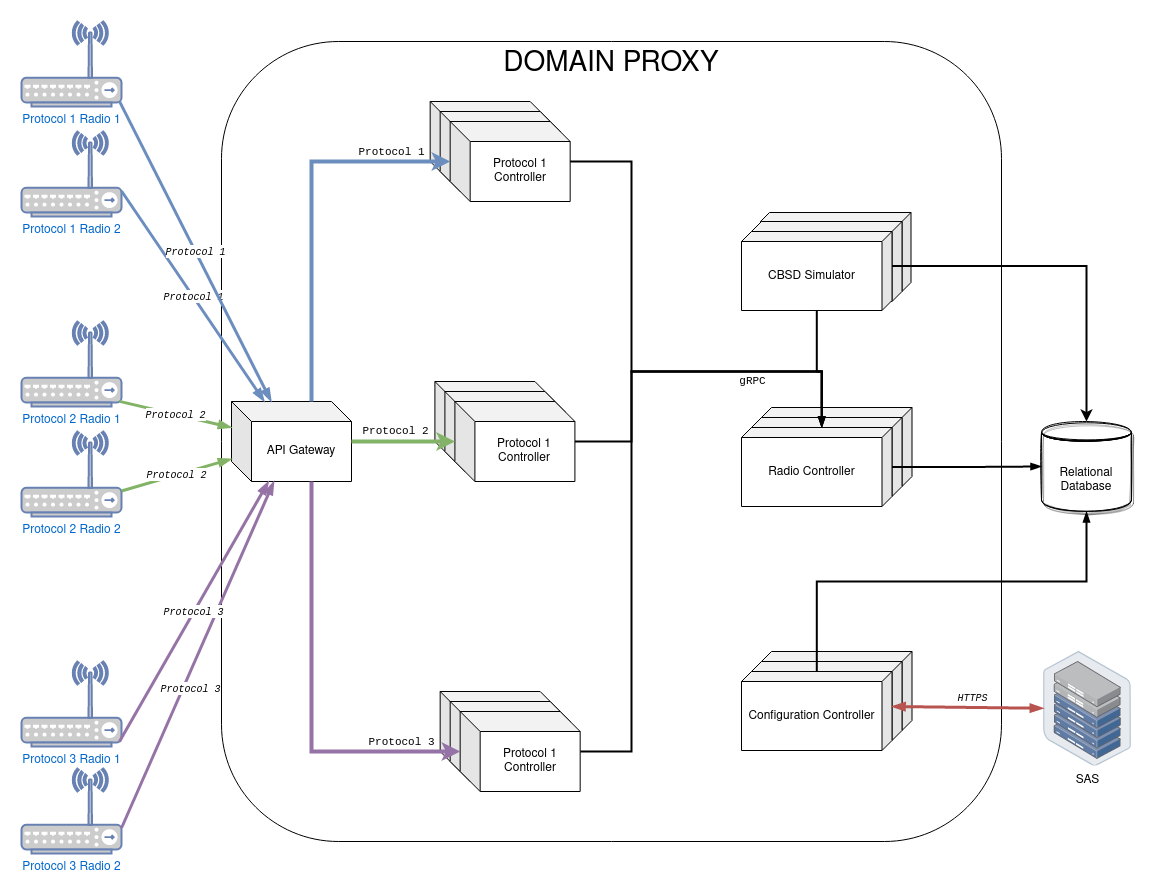
The draw.io diagram docs/dp_architecture.png in openEPC/domain-proxy, before a commit. Source tidied: cells renumbered, new cells last; positions are measured from the earlier drawing's top-left corner, leaving out a move shared by most shapes. Its diagram source:
```xml
<mxGraphModel>
  <root>
    <mxCell id="0" />
    <mxCell id="1" parent="0" />
    <mxCell id="2" value="DP background" parent="0" />
    <mxCell id="3" value="&lt;font style=&quot;font-size: 28px&quot;&gt;DOMAIN PROXY&lt;/font&gt;" style="rounded=1;whiteSpace=wrap;html=1;verticalAlign=top;" parent="2" vertex="1">
      <mxGeometry x="200" y="20" width="780" height="800" as="geometry" />
    </mxCell>
    <mxCell id="4" value="SAS" parent="0" />
    <mxCell id="5" value="SAS" style="points=[];html=1;align=center;shadow=0;dashed=0;image;image=img/lib/allied_telesis/storage/Datacenter_Server_Half_Rack_ToR.svg;" parent="4" vertex="1">
      <mxGeometry x="1021.8" y="630" width="88.2" height="114.6" as="geometry" />
    </mxCell>
    <mxCell id="6" value="DB" parent="0" />
    <mxCell id="7" value="Relational Database" style="shape=datastore;whiteSpace=wrap;html=1;shadow=1;sketch=1;" parent="6" vertex="1">
      <mxGeometry x="1020" y="400" width="90" height="90" as="geometry" />
    </mxCell>
    <mxCell id="8" style="edgeStyle=orthogonalEdgeStyle;rounded=0;jettySize=auto;html=1;entryX=0;entryY=0;entryDx=70.25;entryDy=0;entryPerimeter=0;strokeWidth=2;" parent="6" edge="1" source="62" target="17">
      <mxGeometry relative="1" as="geometry">
        <Array as="points">
          <mxPoint x="795" y="350" />
          <mxPoint x="800" y="350" />
        </Array>
      </mxGeometry>
    </mxCell>
    <mxCell id="9" value="Configuration Controller" parent="0" />
    <mxCell id="10" style="shape=cube;whiteSpace=wrap;html=1;boundedLbl=1;backgroundOutline=1;darkOpacity=0.05;darkOpacity2=0.1;size=10;flipV=0;flipH=1;" parent="9" vertex="1">
      <mxGeometry x="740" y="630" width="150.5" height="79" as="geometry" />
    </mxCell>
    <mxCell id="11" style="shape=cube;whiteSpace=wrap;html=1;boundedLbl=1;backgroundOutline=1;darkOpacity=0.05;darkOpacity2=0.1;size=10;flipV=0;flipH=1;" parent="9" vertex="1">
      <mxGeometry x="730" y="640" width="150.5" height="79" as="geometry" />
    </mxCell>
    <mxCell id="12" value="Configuration Controller" style="shape=cube;whiteSpace=wrap;html=1;boundedLbl=1;backgroundOutline=1;darkOpacity=0.05;darkOpacity2=0.1;size=10;flipV=0;flipH=1;" parent="9" vertex="1">
      <mxGeometry x="720" y="650" width="150.5" height="79" as="geometry" />
    </mxCell>
    <mxCell id="13" value="Radio Controller" parent="0" />
    <mxCell id="14" style="shape=cube;whiteSpace=wrap;html=1;boundedLbl=1;backgroundOutline=1;darkOpacity=0.05;darkOpacity2=0.1;size=10;flipV=0;flipH=1;" parent="13" vertex="1">
      <mxGeometry x="740" y="386" width="150.5" height="79" as="geometry" />
    </mxCell>
    <mxCell id="15" style="shape=cube;whiteSpace=wrap;html=1;boundedLbl=1;backgroundOutline=1;darkOpacity=0.05;darkOpacity2=0.1;size=10;flipV=0;flipH=1;" parent="13" vertex="1">
      <mxGeometry x="730" y="396" width="150.5" height="79" as="geometry" />
    </mxCell>
    <mxCell id="16" style="edgeStyle=orthogonalEdgeStyle;rounded=0;jettySize=auto;html=1;startArrow=none;startFill=0;endArrow=blockThin;endFill=1;strokeWidth=2;" parent="13" edge="1" source="17" target="7">
      <mxGeometry relative="1" as="geometry" />
    </mxCell>
    <mxCell id="17" value="Radio Controller" style="shape=cube;whiteSpace=wrap;html=1;boundedLbl=1;backgroundOutline=1;darkOpacity=0.05;darkOpacity2=0.1;size=10;flipV=0;flipH=1;" parent="13" vertex="1">
      <mxGeometry x="720" y="406" width="150.5" height="79" as="geometry" />
    </mxCell>
    <mxCell id="18" style="edgeStyle=orthogonalEdgeStyle;rounded=0;jettySize=auto;html=1;startArrow=none;startFill=0;endArrow=blockThin;endFill=1;strokeWidth=2;entryX=0;entryY=0;entryDx=70.25;entryDy=0;entryPerimeter=0;" parent="13" edge="1" source="27" target="17">
      <mxGeometry relative="1" as="geometry">
        <Array as="points">
          <mxPoint x="610" y="420" />
          <mxPoint x="610" y="350" />
          <mxPoint x="800" y="350" />
        </Array>
      </mxGeometry>
    </mxCell>
    <mxCell id="19" style="edgeStyle=orthogonalEdgeStyle;rounded=0;jettySize=auto;html=1;startArrow=none;startFill=0;endArrow=blockThin;endFill=1;strokeWidth=2;entryX=0;entryY=0;entryDx=70.25;entryDy=0;entryPerimeter=0;" parent="13" edge="1" source="30" target="17">
      <mxGeometry relative="1" as="geometry">
        <Array as="points">
          <mxPoint x="610" y="730" />
          <mxPoint x="610" y="350" />
          <mxPoint x="800" y="350" />
        </Array>
      </mxGeometry>
    </mxCell>
    <mxCell id="20" style="edgeStyle=orthogonalEdgeStyle;rounded=0;jettySize=auto;html=1;startArrow=none;startFill=0;endArrow=blockThin;endFill=1;strokeWidth=2;" parent="13" edge="1" source="12" target="7">
      <mxGeometry relative="1" as="geometry">
        <Array as="points">
          <mxPoint x="795" y="560" />
          <mxPoint x="1065" y="560" />
        </Array>
      </mxGeometry>
    </mxCell>
    <mxCell id="21" value="Protocol Controller" parent="0" />
    <mxCell id="22" value="Protocol 1 Controller" style="shape=cube;whiteSpace=wrap;html=1;boundedLbl=1;backgroundOutline=1;darkOpacity=0.05;darkOpacity2=0.1;" parent="21" vertex="1">
      <mxGeometry x="408.7" y="80" width="120" height="80" as="geometry" />
    </mxCell>
    <mxCell id="23" value="Protocol 1 Controller" style="shape=cube;whiteSpace=wrap;html=1;boundedLbl=1;backgroundOutline=1;darkOpacity=0.05;darkOpacity2=0.1;" parent="21" vertex="1">
      <mxGeometry x="418.7" y="90" width="120" height="80" as="geometry" />
    </mxCell>
    <mxCell id="24" value="Protocol 1 Controller" style="shape=cube;whiteSpace=wrap;html=1;boundedLbl=1;backgroundOutline=1;darkOpacity=0.05;darkOpacity2=0.1;" parent="21" vertex="1">
      <mxGeometry x="428.7" y="100" width="120" height="80" as="geometry" />
    </mxCell>
    <mxCell id="25" value="Protocol 1 Controller" style="shape=cube;whiteSpace=wrap;html=1;boundedLbl=1;backgroundOutline=1;darkOpacity=0.05;darkOpacity2=0.1;" parent="21" vertex="1">
      <mxGeometry x="413.4" y="360" width="120" height="80" as="geometry" />
    </mxCell>
    <mxCell id="26" value="Protocol 1 Controller" style="shape=cube;whiteSpace=wrap;html=1;boundedLbl=1;backgroundOutline=1;darkOpacity=0.05;darkOpacity2=0.1;" parent="21" vertex="1">
      <mxGeometry x="423.4" y="370" width="120" height="80" as="geometry" />
    </mxCell>
    <mxCell id="27" value="Protocol 1 Controller" style="shape=cube;whiteSpace=wrap;html=1;boundedLbl=1;backgroundOutline=1;darkOpacity=0.05;darkOpacity2=0.1;" parent="21" vertex="1">
      <mxGeometry x="433.4" y="380" width="120" height="80" as="geometry" />
    </mxCell>
    <mxCell id="28" value="Protocol 1 Controller" style="shape=cube;whiteSpace=wrap;html=1;boundedLbl=1;backgroundOutline=1;darkOpacity=0.05;darkOpacity2=0.1;" parent="21" vertex="1">
      <mxGeometry x="418.7" y="670" width="120" height="80" as="geometry" />
    </mxCell>
    <mxCell id="29" value="Protocol 1 Controller" style="shape=cube;whiteSpace=wrap;html=1;boundedLbl=1;backgroundOutline=1;darkOpacity=0.05;darkOpacity2=0.1;" parent="21" vertex="1">
      <mxGeometry x="428.7" y="680" width="120" height="80" as="geometry" />
    </mxCell>
    <mxCell id="30" value="Protocol 1 Controller" style="shape=cube;whiteSpace=wrap;html=1;boundedLbl=1;backgroundOutline=1;darkOpacity=0.05;darkOpacity2=0.1;" parent="21" vertex="1">
      <mxGeometry x="438.7" y="690" width="120" height="80" as="geometry" />
    </mxCell>
    <mxCell id="31" value="API Gateway" parent="0" />
    <mxCell id="32" value="API Gateway" style="shape=cube;whiteSpace=wrap;html=1;boundedLbl=1;backgroundOutline=1;darkOpacity=0.05;darkOpacity2=0.1;" parent="31" vertex="1">
      <mxGeometry x="210" y="380" width="120" height="80" as="geometry" />
    </mxCell>
    <mxCell id="33" value="CBSD" parent="0" />
    <mxCell id="34" value="Protocol 3 Radio 2" style="fontColor=#0066CC;verticalAlign=top;verticalLabelPosition=bottom;labelPosition=center;align=center;html=1;outlineConnect=0;fillColor=#CCCCCC;strokeColor=#6881B3;gradientColor=none;gradientDirection=north;strokeWidth=2;shape=mxgraph.networks.wireless_hub;" parent="33" vertex="1">
      <mxGeometry y="747" width="100" height="85" as="geometry" />
    </mxCell>
    <mxCell id="35" value="Protocol 3 Radio 1" style="fontColor=#0066CC;verticalAlign=top;verticalLabelPosition=bottom;labelPosition=center;align=center;html=1;outlineConnect=0;fillColor=#CCCCCC;strokeColor=#6881B3;gradientColor=none;gradientDirection=north;strokeWidth=2;shape=mxgraph.networks.wireless_hub;" parent="33" vertex="1">
      <mxGeometry y="640" width="100" height="85" as="geometry" />
    </mxCell>
    <mxCell id="36" value="Protocol 2 Radio 2" style="fontColor=#0066CC;verticalAlign=top;verticalLabelPosition=bottom;labelPosition=center;align=center;html=1;outlineConnect=0;fillColor=#CCCCCC;strokeColor=#6881B3;gradientColor=none;gradientDirection=north;strokeWidth=2;shape=mxgraph.networks.wireless_hub;" parent="33" vertex="1">
      <mxGeometry y="410" width="100" height="85" as="geometry" />
    </mxCell>
    <mxCell id="37" value="Protocol 2 Radio 1" style="fontColor=#0066CC;verticalAlign=top;verticalLabelPosition=bottom;labelPosition=center;align=center;html=1;outlineConnect=0;fillColor=#CCCCCC;strokeColor=#6881B3;gradientColor=none;gradientDirection=north;strokeWidth=2;shape=mxgraph.networks.wireless_hub;" parent="33" vertex="1">
      <mxGeometry y="300" width="100" height="85" as="geometry" />
    </mxCell>
    <mxCell id="38" value="Protocol 1 Radio 2" style="fontColor=#0066CC;verticalAlign=top;verticalLabelPosition=bottom;labelPosition=center;align=center;html=1;outlineConnect=0;fillColor=#CCCCCC;strokeColor=#6881B3;gradientColor=none;gradientDirection=north;strokeWidth=2;shape=mxgraph.networks.wireless_hub;" parent="33" vertex="1">
      <mxGeometry y="110" width="100" height="85" as="geometry" />
    </mxCell>
    <mxCell id="39" value="Protocol 1 Radio 1" style="fontColor=#0066CC;verticalAlign=top;verticalLabelPosition=bottom;labelPosition=center;align=center;html=1;outlineConnect=0;fillColor=#CCCCCC;strokeColor=#6881B3;gradientColor=none;gradientDirection=north;strokeWidth=2;shape=mxgraph.networks.wireless_hub;" parent="33" vertex="1">
      <mxGeometry width="100" height="85" as="geometry" />
    </mxCell>
    <mxCell id="40" value="Data Path" parent="0" />
    <mxCell id="41" style="edgeStyle=none;rounded=0;jettySize=auto;html=1;strokeWidth=3;startArrow=blockThin;startFill=1;endArrow=none;endFill=0;entryX=1;entryY=0.7;entryDx=0;entryDy=0;entryPerimeter=0;fillColor=#e1d5e7;strokeColor=#9673a6;" parent="40" edge="1" source="32" target="34">
      <mxGeometry relative="1" as="geometry" />
    </mxCell>
    <mxCell id="42" value="&lt;i&gt;&lt;font style=&quot;font-size: 10px&quot; face=&quot;Courier New&quot;&gt;Protocol 3&lt;/font&gt;&lt;/i&gt;" style="edgeLabel;html=1;align=center;verticalAlign=middle;" parent="41" vertex="1">
      <mxGeometry x="0.22" y="3" relative="1" as="geometry">
        <mxPoint x="6.6" y="-6.4" as="offset" />
      </mxGeometry>
    </mxCell>
    <mxCell id="43" value="&lt;i&gt;&lt;font style=&quot;font-size: 10px&quot; face=&quot;Courier New&quot;&gt;Protocol 3&lt;/font&gt;&lt;/i&gt;" style="edgeStyle=none;rounded=0;jettySize=auto;html=1;startArrow=blockThin;startFill=1;endArrow=none;endFill=0;strokeWidth=3;entryX=0.98;entryY=0.94;entryDx=0;entryDy=0;entryPerimeter=0;fillColor=#e1d5e7;strokeColor=#9673a6;" parent="40" edge="1" source="32" target="35">
      <mxGeometry relative="1" as="geometry" />
    </mxCell>
    <mxCell id="44" value="&lt;i&gt;&lt;font style=&quot;font-size: 10px&quot; face=&quot;Courier New&quot;&gt;Protocol 2&lt;/font&gt;&lt;/i&gt;" style="edgeStyle=none;rounded=0;jettySize=auto;html=1;strokeWidth=3;startArrow=blockThin;startFill=1;endArrow=none;endFill=0;entryX=1;entryY=0.7;entryDx=0;entryDy=0;entryPerimeter=0;fillColor=#d5e8d4;strokeColor=#82b366;" parent="40" edge="1" source="32" target="36">
      <mxGeometry relative="1" as="geometry" />
    </mxCell>
    <mxCell id="45" value="&lt;i&gt;&lt;font style=&quot;font-size: 10px&quot; face=&quot;Courier New&quot;&gt;Protocol 2&lt;/font&gt;&lt;/i&gt;" style="edgeStyle=none;rounded=0;jettySize=auto;html=1;strokeWidth=3;startArrow=blockThin;startFill=1;endArrow=none;endFill=0;entryX=0.98;entryY=0.94;entryDx=0;entryDy=0;entryPerimeter=0;fillColor=#d5e8d4;strokeColor=#82b366;" parent="40" edge="1" source="32" target="37">
      <mxGeometry relative="1" as="geometry" />
    </mxCell>
    <mxCell id="46" value="&lt;i&gt;&lt;font face=&quot;Courier New&quot; style=&quot;font-size: 10px&quot;&gt;Protocol 1&lt;/font&gt;&lt;/i&gt;" style="edgeStyle=none;rounded=0;jettySize=auto;html=1;strokeWidth=3;startArrow=blockThin;startFill=1;endArrow=none;endFill=0;entryX=1;entryY=0.7;entryDx=0;entryDy=0;entryPerimeter=0;fillColor=#dae8fc;strokeColor=#6c8ebf;" parent="40" edge="1" source="32" target="38">
      <mxGeometry relative="1" as="geometry" />
    </mxCell>
    <mxCell id="47" value="&lt;i&gt;&lt;font face=&quot;Courier New&quot; style=&quot;font-size: 10px&quot;&gt;Protocol 1&lt;/font&gt;&lt;/i&gt;" style="edgeStyle=none;rounded=0;jettySize=auto;html=1;strokeWidth=3;startArrow=blockThin;startFill=1;endArrow=none;endFill=0;entryX=0.98;entryY=0.94;entryDx=0;entryDy=0;entryPerimeter=0;fillColor=#dae8fc;strokeColor=#6c8ebf;" parent="40" edge="1" source="32" target="39">
      <mxGeometry relative="1" as="geometry" />
    </mxCell>
    <mxCell id="48" style="edgeStyle=none;rounded=0;jettySize=auto;html=1;exitX=0;exitY=0;exitDx=0;exitDy=35;exitPerimeter=0;startArrow=blockThin;startFill=1;endArrow=blockThin;endFill=1;strokeWidth=3;fillColor=#f8cecc;strokeColor=#b85450;" parent="40" edge="1" source="12" target="5">
      <mxGeometry relative="1" as="geometry" />
    </mxCell>
    <mxCell id="49" value="&lt;font face=&quot;Courier New&quot; style=&quot;font-size: 10px&quot;&gt;&lt;i&gt;HTTPS&lt;/i&gt;&lt;/font&gt;" style="edgeLabel;html=1;align=center;verticalAlign=middle;" parent="48" vertex="1">
      <mxGeometry x="-0.14" y="1" relative="1" as="geometry">
        <mxPoint x="15" y="-9" as="offset" />
      </mxGeometry>
    </mxCell>
    <mxCell id="50" style="edgeStyle=orthogonalEdgeStyle;rounded=0;jettySize=auto;html=1;fillColor=#d5e8d4;strokeColor=#82b366;strokeWidth=4;" parent="40" edge="1" source="32" target="27">
      <mxGeometry relative="1" as="geometry" />
    </mxCell>
    <mxCell id="51" value="&lt;font face=&quot;Courier New&quot;&gt;Protocol 2&lt;/font&gt;" style="edgeLabel;html=1;align=center;verticalAlign=middle;" parent="50" vertex="1">
      <mxGeometry x="0.72" relative="1" as="geometry">
        <mxPoint x="-46" y="-12" as="offset" />
      </mxGeometry>
    </mxCell>
    <mxCell id="52" style="edgeStyle=orthogonalEdgeStyle;rounded=0;jettySize=auto;html=1;fillColor=#e1d5e7;strokeColor=#9673a6;strokeWidth=4;" parent="40" edge="1" source="32" target="30">
      <mxGeometry relative="1" as="geometry">
        <Array as="points">
          <mxPoint x="290" y="730" />
        </Array>
      </mxGeometry>
    </mxCell>
    <mxCell id="53" value="&lt;font face=&quot;Courier New&quot;&gt;Protocol 3&lt;/font&gt;" style="edgeLabel;html=1;align=center;verticalAlign=middle;" parent="52" vertex="1">
      <mxGeometry x="0.81" relative="1" as="geometry">
        <mxPoint x="-19" y="-11" as="offset" />
      </mxGeometry>
    </mxCell>
    <mxCell id="54" style="edgeStyle=orthogonalEdgeStyle;rounded=0;jettySize=auto;html=1;fillColor=#dae8fc;strokeColor=#6c8ebf;strokeWidth=4;" parent="40" edge="1" source="32" target="24">
      <mxGeometry relative="1" as="geometry">
        <Array as="points">
          <mxPoint x="290" y="140" />
        </Array>
      </mxGeometry>
    </mxCell>
    <mxCell id="55" value="&lt;font face=&quot;Courier New&quot;&gt;Protocol 1&lt;/font&gt;" style="edgeLabel;html=1;align=center;verticalAlign=middle;" parent="54" vertex="1">
      <mxGeometry x="0.77" y="1" relative="1" as="geometry">
        <mxPoint x="-17" y="-10" as="offset" />
      </mxGeometry>
    </mxCell>
    <mxCell id="56" style="edgeStyle=orthogonalEdgeStyle;rounded=0;jettySize=auto;html=1;startArrow=none;startFill=0;endArrow=blockThin;endFill=1;strokeWidth=2;entryX=0;entryY=0;entryDx=70.25;entryDy=0;entryPerimeter=0;" parent="40" edge="1" source="24" target="17">
      <mxGeometry relative="1" as="geometry">
        <Array as="points">
          <mxPoint x="610" y="140" />
          <mxPoint x="610" y="350" />
          <mxPoint x="800" y="350" />
        </Array>
      </mxGeometry>
    </mxCell>
    <mxCell id="57" value="&lt;font face=&quot;Courier New&quot;&gt;gRPC&lt;/font&gt;" style="edgeLabel;html=1;align=center;verticalAlign=middle;" parent="56" vertex="1">
      <mxGeometry x="0.86" relative="1" as="geometry">
        <mxPoint x="-70" y="-11" as="offset" />
      </mxGeometry>
    </mxCell>
    <mxCell id="58" value="CBSD Simulator" parent="0" />
    <mxCell id="59" style="shape=cube;whiteSpace=wrap;html=1;boundedLbl=1;backgroundOutline=1;darkOpacity=0.05;darkOpacity2=0.1;flipV=0;flipH=1;size=9;" parent="58" vertex="1">
      <mxGeometry x="739" y="191" width="150.5" height="79" as="geometry" />
    </mxCell>
    <mxCell id="60" style="shape=cube;whiteSpace=wrap;html=1;boundedLbl=1;backgroundOutline=1;darkOpacity=0.05;darkOpacity2=0.1;flipV=0;flipH=1;size=10;" parent="58" vertex="1">
      <mxGeometry x="730" y="200" width="150.5" height="80" as="geometry" />
    </mxCell>
    <mxCell id="61" style="edgeStyle=orthogonalEdgeStyle;rounded=0;jettySize=auto;html=1;exitX=0;exitY=0;exitDx=0;exitDy=34.5;exitPerimeter=0;strokeWidth=2;" parent="58" edge="1" source="62" target="7">
      <mxGeometry relative="1" as="geometry" />
    </mxCell>
    <mxCell id="62" value="CBSD Simulator" style="shape=cube;whiteSpace=wrap;html=1;boundedLbl=1;backgroundOutline=1;darkOpacity=0.05;darkOpacity2=0.1;flipV=0;flipH=1;size=10;" parent="58" vertex="1">
      <mxGeometry x="720" y="210" width="150.5" height="79" as="geometry" />
    </mxCell>
  </root>
</mxGraphModel>
```
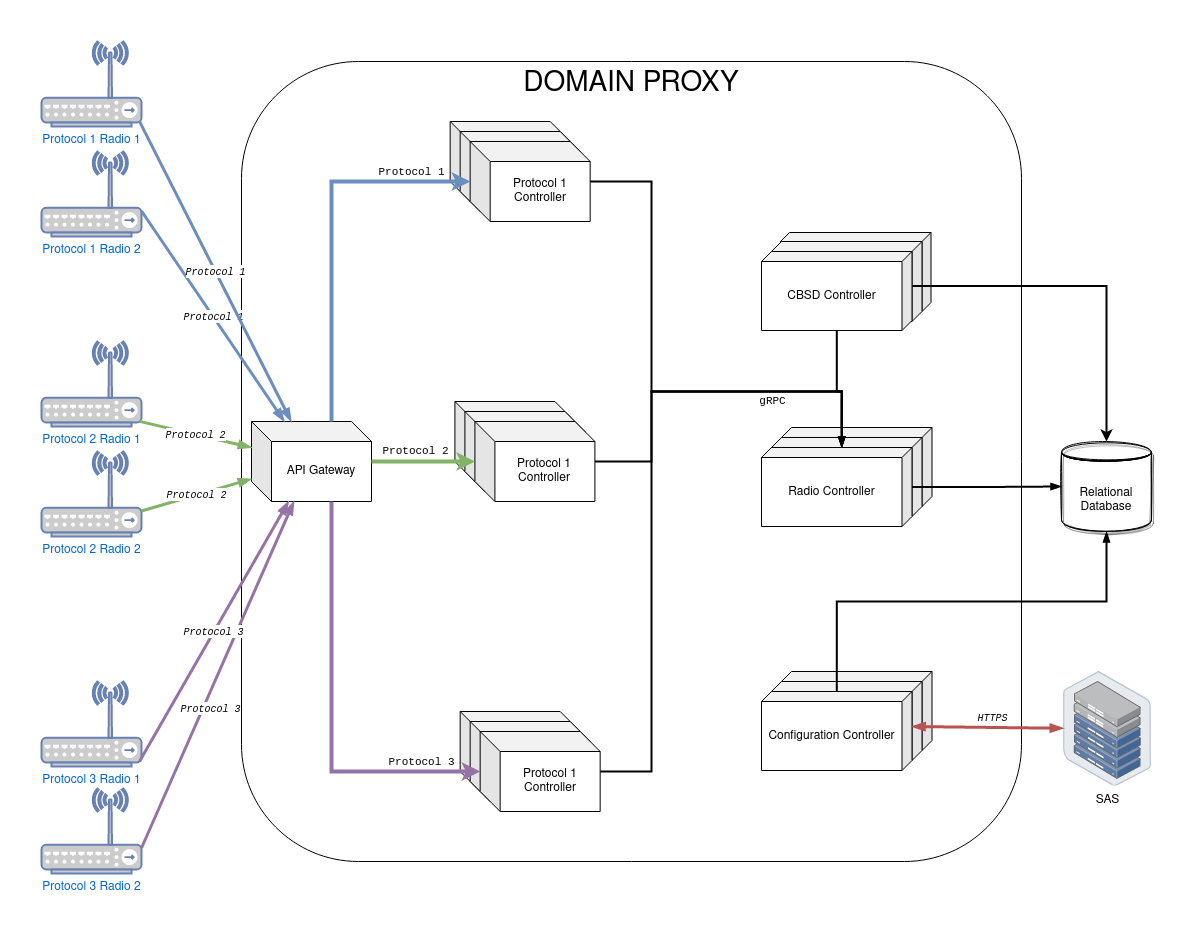
The same file after the commit.

Commit message:
Rename cbsd simulator to cbsd controller

Change to the diagram source:
```diff
@@ -210,7 +210,7 @@
     <mxCell id="61" style="edgeStyle=orthogonalEdgeStyle;rounded=0;jettySize=auto;html=1;exitX=0;exitY=0;exitDx=0;exitDy=34.5;exitPerimeter=0;strokeWidth=2;" parent="58" edge="1" source="62" target="7">
       <mxGeometry relative="1" as="geometry" />
     </mxCell>
-    <mxCell id="62" value="CBSD Simulator" style="shape=cube;whiteSpace=wrap;html=1;boundedLbl=1;backgroundOutline=1;darkOpacity=0.05;darkOpacity2=0.1;flipV=0;flipH=1;size=10;" parent="58" vertex="1">
+    <mxCell id="62" value="CBSD Controller" style="shape=cube;whiteSpace=wrap;html=1;boundedLbl=1;backgroundOutline=1;darkOpacity=0.05;darkOpacity2=0.1;flipV=0;flipH=1;size=10;" parent="58" vertex="1">
       <mxGeometry x="720" y="210" width="150.5" height="79" as="geometry" />
     </mxCell>
   </root>
```
